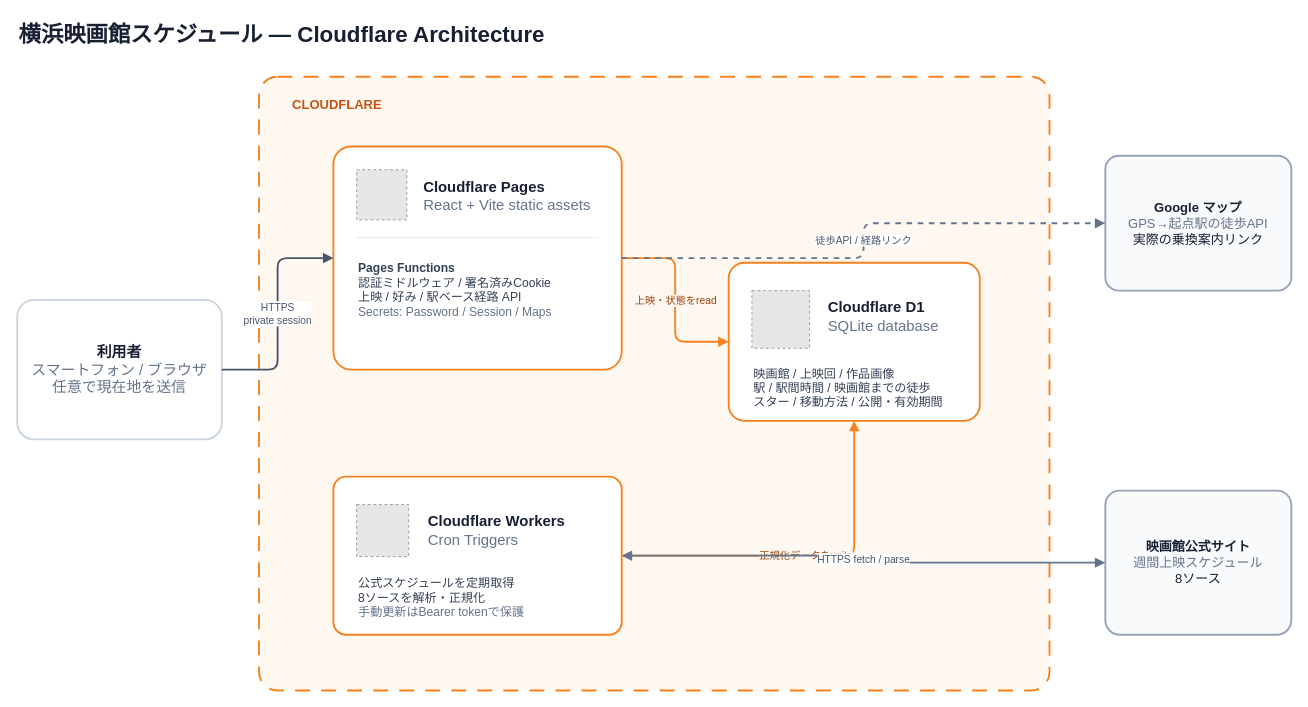
Earlier version of the draw.io diagram docs/architecture/cloudflare-architecture.drawio (daylight55/yokohama-cinema-schedule). Source tidied: cells renumbered, new cells numbered last; positions are measured from the earlier drawing's top-left corner, leaving out a move shared by most shapes. Both pictures are drawn from the tidied source at 93%, with x=0, y=0 at pixel (17, 16). Pictures stored in the file or linked from it are replaced by grey dashed boxes.
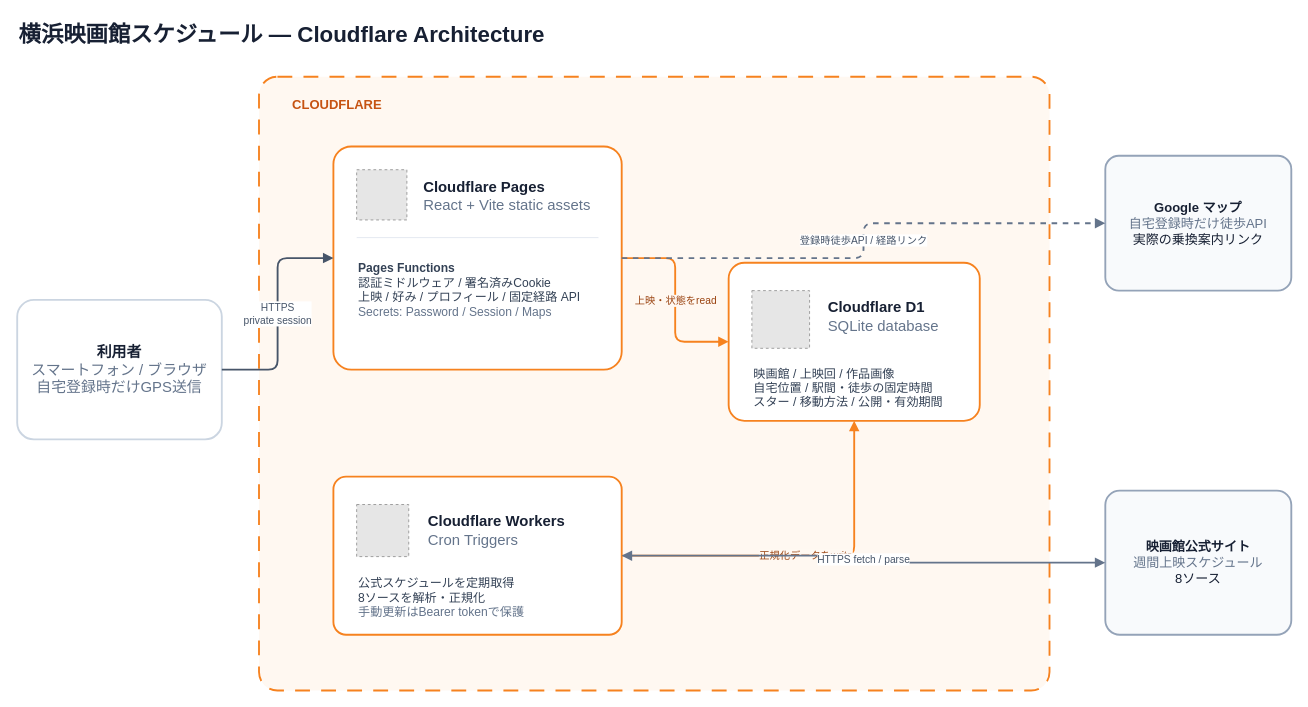
The same diagram, later.

Unchanged cells that the change refers to:
```xml
<mxCell id="6" style="rounded=1;whiteSpace=wrap;html=1;arcSize=8;fillColor=#FFFFFF;strokeColor=#F6821F;strokeWidth=2;" parent="1" vertex="1">
  <mxGeometry x="340" y="140" width="310" height="240" as="geometry" />
</mxCell>
```

What changed in the source:
```diff
@@
-    <mxCell id="5" value="&lt;b&gt;利用者&lt;/b&gt;&lt;br&gt;&lt;font color=&quot;#64748B&quot;&gt;スマートフォン / ブラウザ&lt;/font&gt;&lt;br&gt;&lt;font color=&quot;#64748B&quot;&gt;任意で現在地を送信&lt;/font&gt;" style="rounded=1;whiteSpace=wrap;html=1;arcSize=12;fillColor=#FFFFFF;strokeColor=#CBD5E1;strokeWidth=2;align=center;verticalAlign=middle;fontSize=16;fontColor=#172033;spacing=12;" parent="1" vertex="1">
+    <mxCell id="5" value="&lt;b&gt;利用者&lt;/b&gt;&lt;br&gt;&lt;font color=&quot;#64748B&quot;&gt;スマートフォン / ブラウザ&lt;/font&gt;&lt;br&gt;&lt;font color=&quot;#64748B&quot;&gt;自宅登録時だけGPS送信&lt;/font&gt;" style="rounded=1;whiteSpace=wrap;html=1;arcSize=12;fillColor=#FFFFFF;strokeColor=#CBD5E1;strokeWidth=2;align=center;verticalAlign=middle;fontSize=16;fontColor=#172033;spacing=12;" parent="1" vertex="1">
       <mxGeometry y="305" width="220" height="150" as="geometry" />
     </mxCell>
@@
-    <mxCell id="10" value="&lt;b&gt;Pages Functions&lt;/b&gt;&lt;br&gt;認証ミドルウェア / 署名済みCookie&lt;br&gt;上映 / 好み / 駅ベース経路 API&lt;br&gt;&lt;font color=&quot;#64748B&quot;&gt;Secrets: Password / Session / Maps&lt;/font&gt;" style="text;html=1;strokeColor=none;fillColor=none;align=left;verticalAlign=top;fontSize=13;fontColor=#334155;spacingTop=4;" parent="1" vertex="1">
+    <mxCell id="10" value="&lt;b&gt;Pages Functions&lt;/b&gt;&lt;br&gt;認証ミドルウェア / 署名済みCookie&lt;br&gt;上映 / 好み / プロフィール / 固定経路 API&lt;br&gt;&lt;font color=&quot;#64748B&quot;&gt;Secrets: Password / Session / Maps&lt;/font&gt;" style="text;html=1;strokeColor=none;fillColor=none;align=left;verticalAlign=top;fontSize=13;fontColor=#334155;spacingTop=4;" parent="1" vertex="1">
       <mxGeometry x="365" y="253" width="260" height="105" as="geometry" />
     </mxCell>
@@
-    <mxCell id="14" value="映画館 / 上映回 / 作品画像&lt;br&gt;駅 / 駅間時間 / 映画館までの徒歩&lt;br&gt;スター / 移動方法 / 公開・有効期間" style="text;html=1;strokeColor=none;fillColor=none;align=left;verticalAlign=top;fontSize=13;fontColor=#334155;" parent="1" vertex="1">
+    <mxCell id="14" value="映画館 / 上映回 / 作品画像&lt;br&gt;自宅位置 / 駅間・徒歩の固定時間&lt;br&gt;スター / 移動方法 / 公開・有効期間" style="text;html=1;strokeColor=none;fillColor=none;align=left;verticalAlign=top;fontSize=13;fontColor=#334155;" parent="1" vertex="1">
       <mxGeometry x="790" y="370" width="220" height="60" as="geometry" />
     </mxCell>
@@
-    <mxCell id="19" value="&lt;b&gt;Google マップ&lt;/b&gt;&lt;br&gt;&lt;font color=&quot;#64748B&quot;&gt;GPS→起点駅の徒歩API&lt;/font&gt;&lt;br&gt;実際の乗換案内リンク" style="rounded=1;whiteSpace=wrap;html=1;arcSize=10;fillColor=#F8FAFC;strokeColor=#94A3B8;strokeWidth=2;align=center;verticalAlign=middle;fontSize=14;fontColor=#172033;spacing=10;" parent="1" vertex="1">
+    <mxCell id="19" value="&lt;b&gt;Google マップ&lt;/b&gt;&lt;br&gt;&lt;font color=&quot;#64748B&quot;&gt;自宅登録時だけ徒歩API&lt;/font&gt;&lt;br&gt;実際の乗換案内リンク" style="rounded=1;whiteSpace=wrap;html=1;arcSize=10;fillColor=#F8FAFC;strokeColor=#94A3B8;strokeWidth=2;align=center;verticalAlign=middle;fontSize=14;fontColor=#172033;spacing=10;" parent="1" vertex="1">
       <mxGeometry x="1170" y="150" width="200" height="145" as="geometry" />
     </mxCell>
@@
-    <mxCell id="24" value="徒歩API / 経路リンク" style="edgeStyle=orthogonalEdgeStyle;rounded=1;jettySize=auto;html=1;strokeWidth=2;endArrow=block;endFill=1;strokeColor=#64748B;dashed=1;fontSize=11;fontColor=#475569;labelBackgroundColor=#FFFFFF;" parent="1" edge="1" source="6" target="19">
+    <mxCell id="24" value="登録時徒歩API / 経路リンク" style="edgeStyle=orthogonalEdgeStyle;rounded=1;jettySize=auto;html=1;strokeWidth=2;endArrow=block;endFill=1;strokeColor=#64748B;dashed=1;fontSize=11;fontColor=#475569;labelBackgroundColor=#FFFFFF;" parent="1" edge="1" source="6" target="19">
       <mxGeometry relative="1" as="geometry" />
     </mxCell>
```
